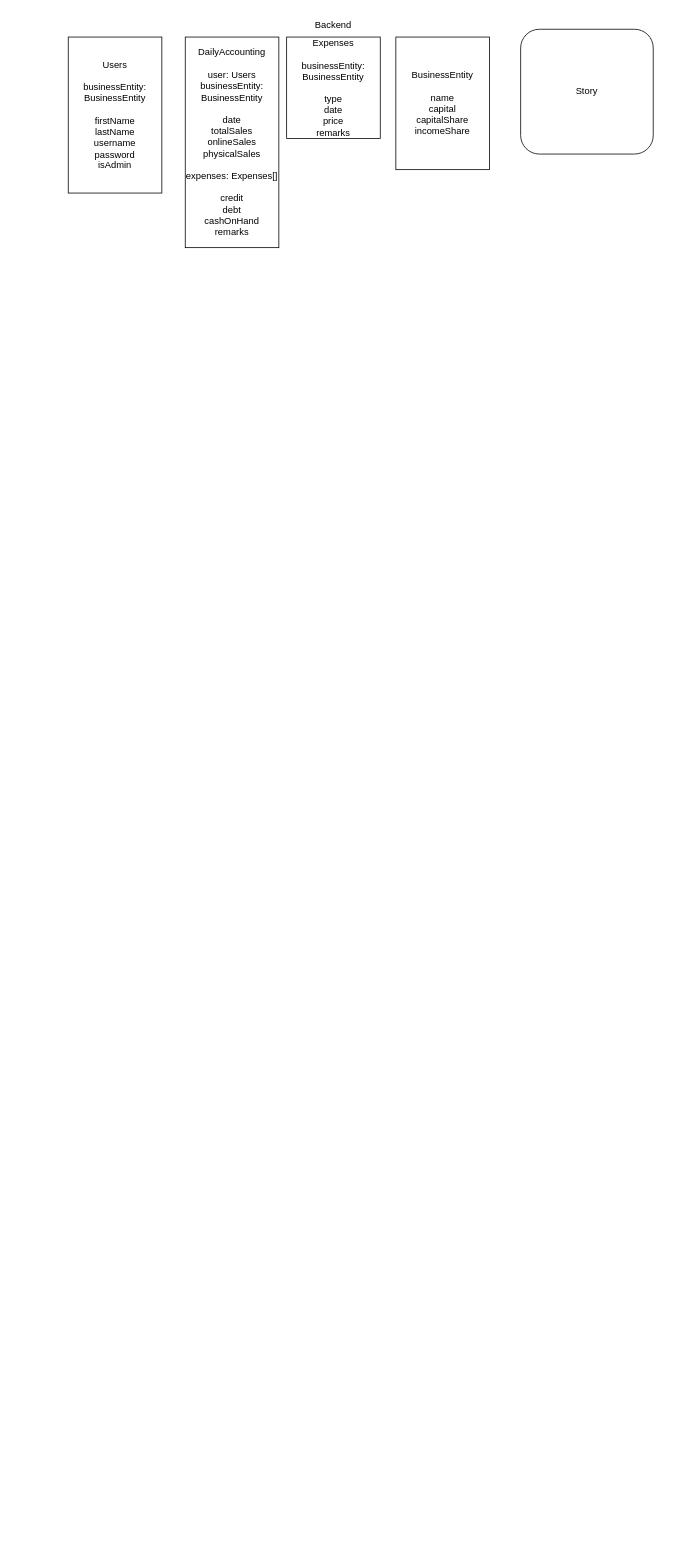
Jacob-Co/annyeong-accounting-app keeps this draw.io diagram as accounting-app.drawio. Above is the earlier version. Source tidied: cells renumbered, new cells numbered last; positions are measured from the earlier drawing's top-left corner, leaving out a move shared by most shapes. Both pictures are drawn from the tidied source at 78%, with x=0, y=0 at pixel (68, 13).
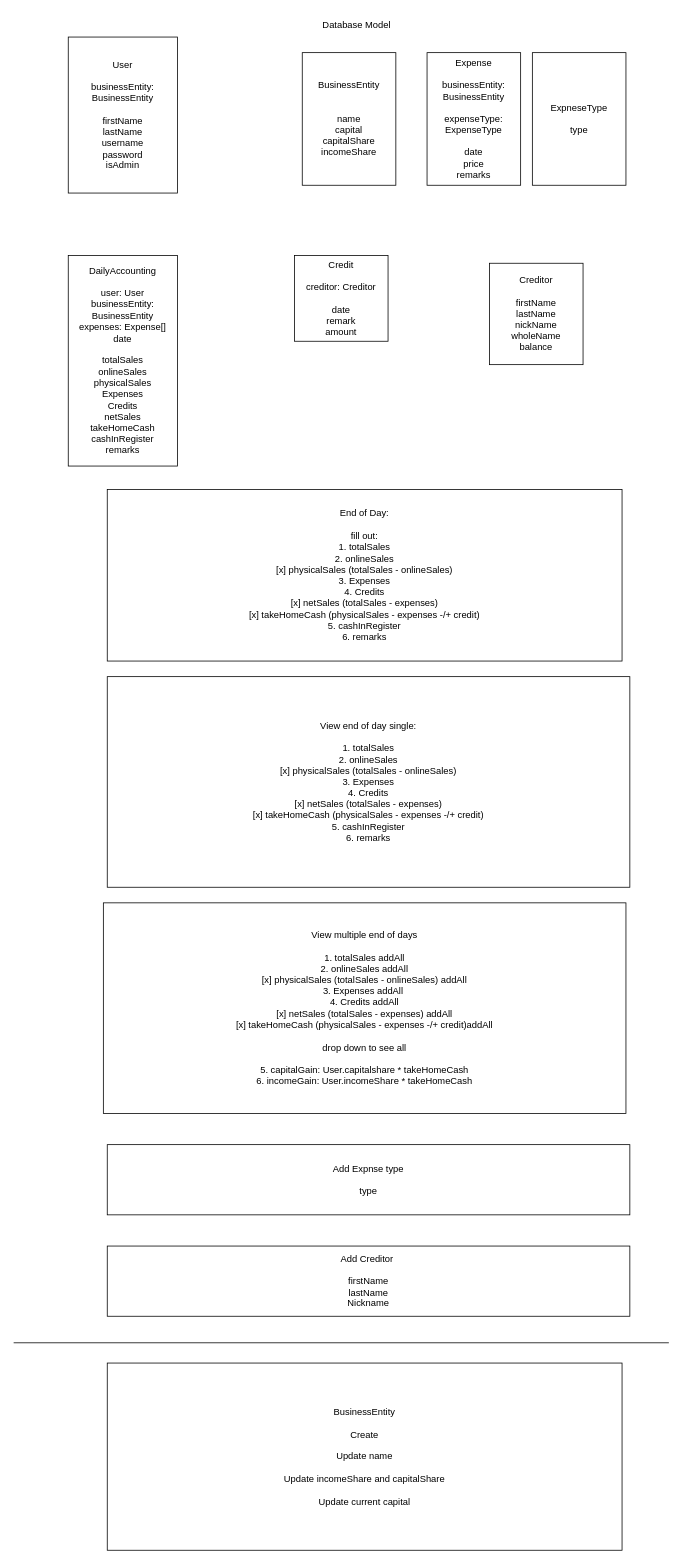
Above is the later version.

Change to the diagram source:
```diff
@@
 <mxGraphModel>
   <root>
     <mxCell id="0" />
     <mxCell id="1" parent="0" />
-    <mxCell id="2" value="Backend" style="text;html=1;strokeColor=none;fillColor=none;align=center;verticalAlign=middle;whiteSpace=wrap;rounded=0;" parent="1" vertex="1">
-      <mxGeometry x="310" width="60" height="30" as="geometry" />
+    <mxCell id="2" value="Database Model" style="text;html=1;strokeColor=none;fillColor=none;align=center;verticalAlign=middle;whiteSpace=wrap;rounded=0;" parent="1" vertex="1">
+      <mxGeometry x="310" width="120" height="30" as="geometry" />
     </mxCell>
-    <mxCell id="3" value="Users&lt;br&gt;&lt;br&gt;businessEntity:&lt;br&gt;BusinessEntity&lt;br&gt;&lt;br&gt;firstName&lt;br&gt;lastName&lt;br&gt;username&lt;br&gt;password&lt;br&gt;isAdmin" style="rounded=0;whiteSpace=wrap;html=1;" parent="1" vertex="1">
-      <mxGeometry y="30" width="120" height="200" as="geometry" />
+    <mxCell id="3" value="User&lt;br&gt;&lt;br&gt;businessEntity:&lt;br&gt;BusinessEntity&lt;br&gt;&lt;br&gt;firstName&lt;br&gt;lastName&lt;br&gt;username&lt;br&gt;password&lt;br&gt;isAdmin" style="rounded=0;whiteSpace=wrap;html=1;" parent="1" vertex="1">
+      <mxGeometry y="30" width="140" height="200" as="geometry" />
     </mxCell>
-    <mxCell id="4" value="DailyAccounting&lt;br&gt;&lt;br&gt;user: Users&lt;br&gt;businessEntity:&lt;br&gt;BusinessEntity&lt;br&gt;&lt;br&gt;date&lt;br&gt;totalSales&lt;br&gt;onlineSales&lt;br&gt;physicalSales&lt;br&gt;&lt;br&gt;expenses: Expenses[]&lt;br&gt;&lt;br&gt;credit&lt;br&gt;debt&lt;br&gt;cashOnHand&lt;br&gt;remarks" style="rounded=0;whiteSpace=wrap;html=1;" parent="1" vertex="1">
-      <mxGeometry x="150" y="30" width="120" height="270" as="geometry" />
+    <mxCell id="4" value="DailyAccounting&lt;br&gt;&lt;br&gt;user: User&lt;br&gt;businessEntity:&lt;br&gt;BusinessEntity&lt;br&gt;expenses: Expense[]&lt;br&gt;date&lt;br&gt;&lt;br&gt;totalSales&lt;br&gt;onlineSales&lt;br&gt;physicalSales&lt;br&gt;Expenses&lt;br&gt;Credits&lt;br&gt;netSales&lt;br&gt;takeHomeCash&lt;br&gt;cashInRegister&lt;br&gt;remarks" style="rounded=0;whiteSpace=wrap;html=1;" parent="1" vertex="1">
+      <mxGeometry y="310" width="140" height="270" as="geometry" />
     </mxCell>
-    <mxCell id="5" value="Expenses&lt;br&gt;&lt;br&gt;businessEntity:&lt;br&gt;BusinessEntity&lt;br&gt;&lt;br&gt;type&lt;br&gt;date&lt;br&gt;price&lt;br&gt;remarks" style="rounded=0;whiteSpace=wrap;html=1;" parent="1" vertex="1">
-      <mxGeometry x="280" y="30" width="120" height="130" as="geometry" />
+    <mxCell id="5" value="Expense&lt;br&gt;&lt;br&gt;businessEntity:&lt;br&gt;BusinessEntity&lt;br&gt;&lt;br&gt;expenseType: ExpenseType&lt;br&gt;&lt;br&gt;date&lt;br&gt;price&lt;br&gt;remarks" style="rounded=0;whiteSpace=wrap;html=1;" parent="1" vertex="1">
+      <mxGeometry x="460" y="50" width="120" height="170" as="geometry" />
     </mxCell>
-    <mxCell id="6" value="Story&lt;br&gt;" style="rounded=1;whiteSpace=wrap;html=1;" parent="1" vertex="1">
-      <mxGeometry x="580" y="20" width="170" height="160" as="geometry" />
-    </mxCell>
-    <mxCell id="7" value="BusinessEntity&lt;br&gt;&lt;br&gt;name&lt;br&gt;capital&lt;br&gt;capitalShare&lt;br&gt;incomeShare" style="rounded=0;whiteSpace=wrap;html=1;" parent="1" vertex="1">
-      <mxGeometry x="420" y="30" width="120" height="170" as="geometry" />
+    <mxCell id="7" value="BusinessEntity&lt;br&gt;&lt;br&gt;&lt;br&gt;name&lt;br&gt;capital&lt;br&gt;capitalShare&lt;br&gt;incomeShare" style="rounded=0;whiteSpace=wrap;html=1;" parent="1" vertex="1">
+      <mxGeometry x="300" y="50" width="120" height="170" as="geometry" />
     </mxCell>
+    <mxCell id="8" value="End of Day:&lt;br&gt;&lt;br&gt;fill out:&lt;br&gt;1. totalSales&lt;br&gt;2. onlineSales&lt;br&gt;[x] physicalSales (totalSales - onlineSales)&lt;br&gt;3. Expenses&lt;br&gt;4. Credits&lt;br&gt;[x] netSales (totalSales - expenses)&lt;br&gt;[x] takeHomeCash (physicalSales - expenses -/+ credit)&lt;br&gt;5. cashInRegister&lt;br&gt;6. remarks" style="rounded=0;whiteSpace=wrap;html=1;" parent="1" vertex="1">
+      <mxGeometry x="50" y="610" width="660" height="220" as="geometry" />
+    </mxCell>
+    <mxCell id="9" value="Credit&lt;br&gt;&lt;br&gt;creditor: Creditor&lt;br&gt;&lt;br&gt;date&lt;br&gt;remark&lt;br&gt;amount" style="rounded=0;whiteSpace=wrap;html=1;" parent="1" vertex="1">
+      <mxGeometry x="290" y="310" width="120" height="110" as="geometry" />
+    </mxCell>
+    <mxCell id="10" value="Creditor&lt;br&gt;&lt;br&gt;firstName&lt;br&gt;lastName&lt;br&gt;nickName&lt;br&gt;wholeName&lt;br&gt;balance" style="rounded=0;whiteSpace=wrap;html=1;" parent="1" vertex="1">
+      <mxGeometry x="540" y="320" width="120" height="130" as="geometry" />
+    </mxCell>
+    <mxCell id="11" value="View end of day single:&lt;br&gt;&lt;br&gt;1. totalSales&lt;br&gt;2. onlineSales&lt;br&gt;[x] physicalSales (totalSales - onlineSales)&lt;br&gt;3. Expenses&lt;br&gt;4. Credits&lt;br&gt;[x] netSales (totalSales - expenses)&lt;br&gt;[x] takeHomeCash (physicalSales - expenses -/+ credit)&lt;br&gt;5. cashInRegister&lt;br&gt;6. remarks" style="rounded=0;whiteSpace=wrap;html=1;" parent="1" vertex="1">
+      <mxGeometry x="50" y="850" width="670" height="270" as="geometry" />
+    </mxCell>
+    <mxCell id="12" value="View multiple end of days&lt;br&gt;&lt;br&gt;1. totalSales addAll&lt;br&gt;2. onlineSales addAll&lt;br&gt;[x] physicalSales (totalSales - onlineSales) addAll&lt;br&gt;3. Expenses addAll&amp;nbsp;&lt;br&gt;4. Credits addAll&lt;br&gt;[x] netSales (totalSales - expenses) addAll&lt;br&gt;[x] takeHomeCash (physicalSales - expenses -/+ credit)addAll&lt;br&gt;&lt;br&gt;drop down to see all&lt;br&gt;&lt;br&gt;5. capitalGain: User.capitalshare * takeHomeCash&lt;br&gt;6. incomeGain: User.incomeShare * takeHomeCash" style="rounded=0;whiteSpace=wrap;html=1;" parent="1" vertex="1">
+      <mxGeometry x="45" y="1140" width="670" height="270" as="geometry" />
+    </mxCell>
+    <mxCell id="13" value="Add Expnse type&lt;br&gt;&lt;br&gt;type" style="rounded=0;whiteSpace=wrap;html=1;" parent="1" vertex="1">
+      <mxGeometry x="50" y="1450" width="670" height="90" as="geometry" />
+    </mxCell>
+    <mxCell id="14" value="ExpneseType&lt;br&gt;&lt;br&gt;type" style="rounded=0;whiteSpace=wrap;html=1;" parent="1" vertex="1">
+      <mxGeometry x="595" y="50" width="120" height="170" as="geometry" />
+    </mxCell>
+    <mxCell id="15" value="Add Creditor&amp;nbsp;&lt;br&gt;&lt;br&gt;firstName&lt;br&gt;lastName&lt;br&gt;Nickname" style="rounded=0;whiteSpace=wrap;html=1;" parent="1" vertex="1">
+      <mxGeometry x="50" y="1580" width="670" height="90" as="geometry" />
+    </mxCell>
+    <mxCell id="16" style="endArrow=none;html=1;rounded=0;strokeColor=default;labelBackgroundColor=default;fontColor=default;" parent="1" edge="1">
+      <mxGeometry relative="1" as="geometry">
+        <mxPoint x="-70" y="1704" as="sourcePoint" />
+        <mxPoint x="770" y="1704" as="targetPoint" />
+      </mxGeometry>
+    </mxCell>
+    <mxCell id="17" value="BusinessEntity&lt;br&gt;&lt;br&gt;Create&lt;br&gt;&lt;br&gt;Update name&lt;br&gt;&lt;br&gt;Update incomeShare and capitalShare&lt;br&gt;&lt;br&gt;Update current capital" style="rounded=0;whiteSpace=wrap;html=1;fontColor=default;fillColor=default;strokeColor=default;" parent="1" vertex="1">
+      <mxGeometry x="50" y="1730" width="660" height="240" as="geometry" />
+    </mxCell>
   </root>
 </mxGraphModel>
```
